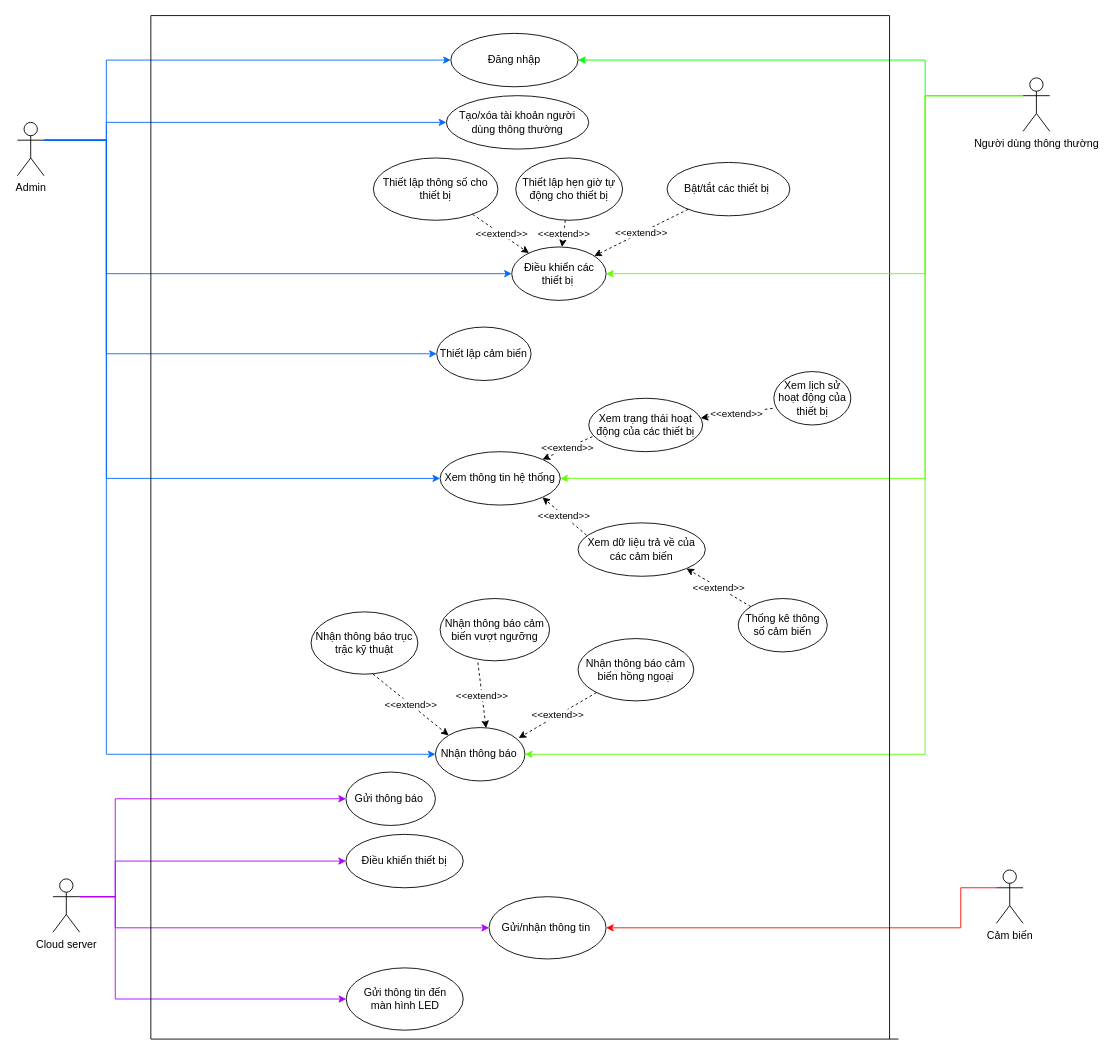
astr0tas/Smart-Home-CNPM keeps this draw.io diagram as Week 2/Use case diagram.drawio. Above is the earlier version. Source tidied: cells renumbered, new cells numbered last; positions are measured from the earlier drawing's top-left corner, leaving out a move shared by most shapes. Both pictures are drawn from the tidied source at 89%, with x=0, y=0 at pixel (17, 15).
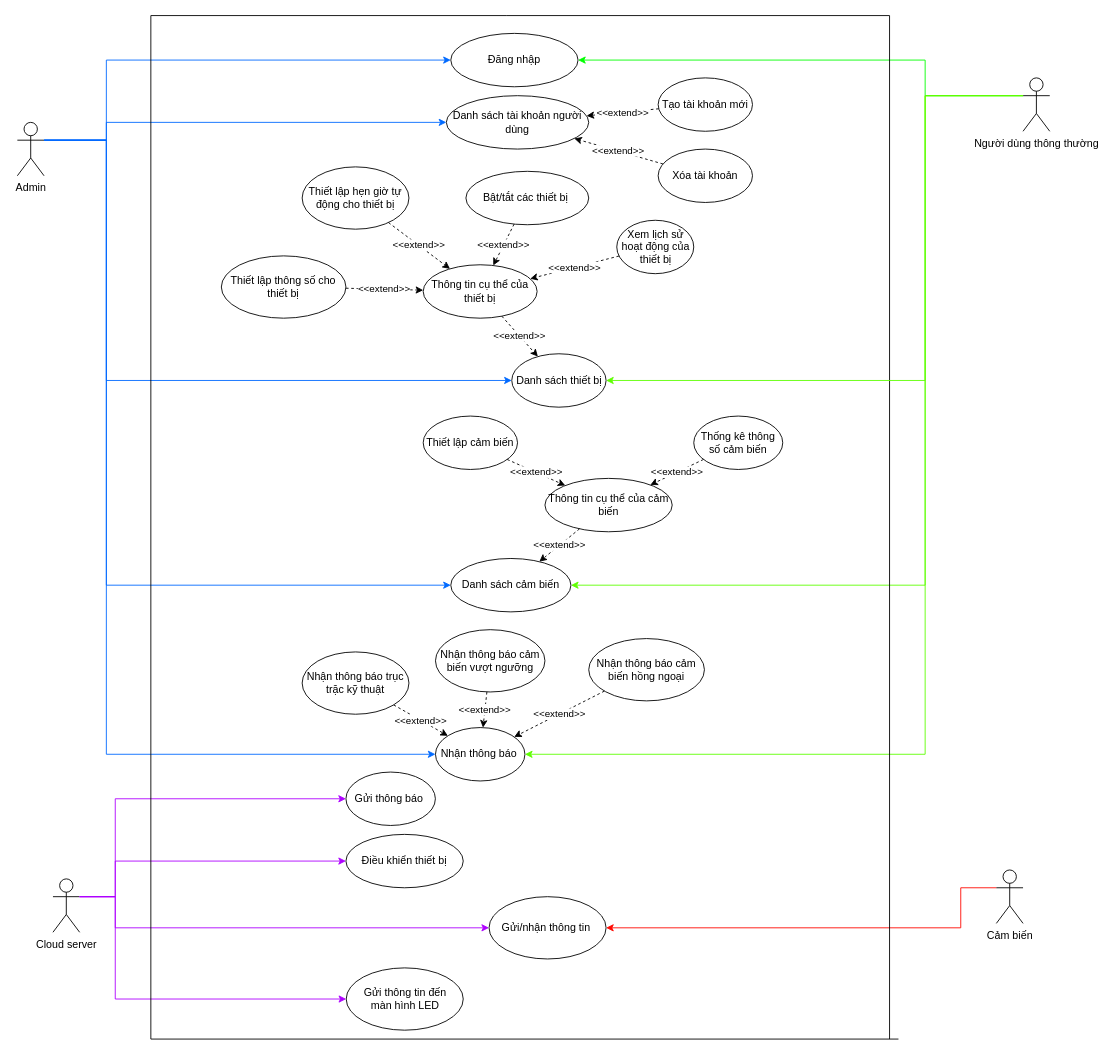
The same page after the edit.

Unchanged cells that the change refers to:
```xml
<mxCell id="2" value="Admin" style="shape=umlActor;verticalLabelPosition=bottom;verticalAlign=top;html=1;outlineConnect=0;" parent="1" vertex="1">
  <mxGeometry y="120" width="30" height="60" as="geometry" />
</mxCell>
<mxCell id="12" value="Người dùng thông thường" style="shape=umlActor;verticalLabelPosition=bottom;verticalAlign=top;html=1;outlineConnect=0;" parent="1" vertex="1">
  <mxGeometry x="1130" y="70" width="30" height="60" as="geometry" />
</mxCell>
<mxCell id="37" value="Nhận thông báo&amp;nbsp;" style="ellipse;whiteSpace=wrap;html=1;" parent="1" vertex="1">
  <mxGeometry x="469.8" y="800" width="100.5" height="60" as="geometry" />
</mxCell>
```

Diff of the diagram source:
```diff
@@
-    <mxCell id="4" value="Xem trạng thái hoạt động của các thiết bị" style="ellipse;whiteSpace=wrap;html=1;" parent="1" vertex="1">
-      <mxGeometry x="642" y="430" width="128" height="60" as="geometry" />
+    <mxCell id="4" value="Thông tin cụ thể của thiết bị" style="ellipse;whiteSpace=wrap;html=1;" parent="1" vertex="1">
+      <mxGeometry x="456" y="280" width="128" height="60" as="geometry" />
     </mxCell>
-    <mxCell id="5" value="Điều khiển các thiết bị&amp;nbsp;" style="ellipse;whiteSpace=wrap;html=1;" parent="1" vertex="1">
-      <mxGeometry x="555.5" y="260" width="106" height="60" as="geometry" />
+    <mxCell id="5" value="Danh sách thiết bị" style="ellipse;whiteSpace=wrap;html=1;" parent="1" vertex="1">
+      <mxGeometry x="555.5" y="380" width="106" height="60" as="geometry" />
     </mxCell>
     <mxCell id="6" value="Bật/tắt các thiết bị&amp;nbsp;" style="ellipse;whiteSpace=wrap;html=1;" parent="1" vertex="1">
-      <mxGeometry x="730" y="165" width="138" height="60" as="geometry" />
+      <mxGeometry x="504" y="175" width="138" height="60" as="geometry" />
     </mxCell>
     <mxCell id="7" value="Thiết lập hẹn giờ tự động cho thiết bị" style="ellipse;whiteSpace=wrap;html=1;" parent="1" vertex="1">
-      <mxGeometry x="560" y="160" width="120" height="70" as="geometry" />
+      <mxGeometry x="320" y="170" width="120" height="70" as="geometry" />
     </mxCell>
@@
     <mxCell id="9" style="endArrow=classic;html=1;rounded=0;exitX=1;exitY=0.3333333333333333;exitDx=0;exitDy=0;exitPerimeter=0;edgeStyle=orthogonalEdgeStyle;fillColor=#dae8fc;strokeColor=#006aff;entryX=0;entryY=0.5;entryDx=0;entryDy=0;" parent="1" edge="1" source="2" target="5">
       <mxGeometry relative="1" as="geometry">
         <Array as="points">
           <mxPoint x="100" y="140" />
-          <mxPoint x="100" y="290" />
+          <mxPoint x="100" y="410" />
         </Array>
       </mxGeometry>
     </mxCell>
@@
-    <mxCell id="14" value="&amp;lt;&amp;lt;extend&amp;gt;&amp;gt;" style="endArrow=classic;html=1;rounded=0;dashed=1;" parent="1" edge="1" source="6" target="5">
+    <mxCell id="14" value="&amp;lt;&amp;lt;extend&amp;gt;&amp;gt;" style="endArrow=classic;html=1;rounded=0;dashed=1;" parent="1" edge="1" source="6" target="4">
       <mxGeometry relative="1" as="geometry" />
     </mxCell>
-    <mxCell id="15" value="&amp;lt;&amp;lt;extend&amp;gt;&amp;gt;" style="endArrow=classic;html=1;rounded=0;dashed=1;" parent="1" edge="1" source="7" target="5">
+    <mxCell id="15" value="&amp;lt;&amp;lt;extend&amp;gt;&amp;gt;" style="endArrow=classic;html=1;rounded=0;dashed=1;" parent="1" edge="1" source="7" target="4">
       <mxGeometry relative="1" as="geometry" />
     </mxCell>
-    <mxCell id="16" value="Tạo/xóa tài khoản người dùng thông thường" style="ellipse;whiteSpace=wrap;html=1;" parent="1" vertex="1">
+    <mxCell id="16" value="Danh sách tài khoản người dùng" style="ellipse;whiteSpace=wrap;html=1;" parent="1" vertex="1">
       <mxGeometry x="482" y="90" width="160" height="60" as="geometry" />
     </mxCell>
@@
     <mxCell id="18" value="Thiết lập thông số cho thiết bị" style="ellipse;whiteSpace=wrap;html=1;" parent="1" vertex="1">
-      <mxGeometry x="400" y="160" width="140" height="70" as="geometry" />
+      <mxGeometry x="229.2" y="270" width="140" height="70" as="geometry" />
     </mxCell>
-    <mxCell id="19" value="&amp;lt;&amp;lt;extend&amp;gt;&amp;gt;" style="endArrow=classic;html=1;rounded=0;dashed=1;" parent="1" edge="1" source="18" target="5">
+    <mxCell id="19" value="&amp;lt;&amp;lt;extend&amp;gt;&amp;gt;" style="endArrow=classic;html=1;rounded=0;dashed=1;" parent="1" edge="1" source="18" target="4">
       <mxGeometry relative="1" as="geometry" />
     </mxCell>
-    <mxCell id="20" value="Xem dữ liệu trả về của các cảm biến" style="ellipse;whiteSpace=wrap;html=1;" parent="1" vertex="1">
-      <mxGeometry x="630" y="570" width="143" height="60" as="geometry" />
+    <mxCell id="20" value="Thông tin cụ thể của cảm biến" style="ellipse;whiteSpace=wrap;html=1;" parent="1" vertex="1">
+      <mxGeometry x="592.8" y="520" width="143" height="60" as="geometry" />
     </mxCell>
     <mxCell id="21" style="endArrow=classic;html=1;rounded=0;strokeColor=#006aff;exitX=1;exitY=0.3333333333333333;exitDx=0;exitDy=0;exitPerimeter=0;entryX=0;entryY=0.5;entryDx=0;entryDy=0;edgeStyle=orthogonalEdgeStyle;fillColor=#dae8fc;" parent="1" edge="1" source="2" target="33">
       <mxGeometry relative="1" as="geometry">
         <Array as="points">
           <mxPoint x="100" y="140" />
-          <mxPoint x="100" y="520" />
+          <mxPoint x="100" y="640" />
+          <mxPoint x="482" y="640" />
         </Array>
       </mxGeometry>
     </mxCell>
     <mxCell id="22" style="endArrow=classic;html=1;rounded=0;strokeColor=#5eff00;exitX=0;exitY=0.3333333333333333;exitDx=0;exitDy=0;exitPerimeter=0;entryX=1;entryY=0.5;entryDx=0;entryDy=0;fillColor=#d5e8d4;edgeStyle=orthogonalEdgeStyle;" parent="1" edge="1" source="12" target="33">
       <mxGeometry relative="1" as="geometry">
         <Array as="points">
           <mxPoint x="1020" y="90" />
-          <mxPoint x="1020" y="520" />
+          <mxPoint x="1020" y="640" />
         </Array>
       </mxGeometry>
     </mxCell>
     <mxCell id="23" value="Xem lịch sử hoạt động của thiết bị" style="ellipse;whiteSpace=wrap;html=1;" parent="1" vertex="1">
-      <mxGeometry x="850" y="400" width="86.5" height="60" as="geometry" />
+      <mxGeometry x="673.5" y="230" width="86.5" height="60" as="geometry" />
     </mxCell>
     <mxCell id="24" value="Thống kê thông số cảm biến" style="ellipse;whiteSpace=wrap;html=1;" parent="1" vertex="1">
-      <mxGeometry x="810" y="655" width="100" height="60" as="geometry" />
+      <mxGeometry x="760" y="450" width="100" height="60" as="geometry" />
     </mxCell>
     <mxCell id="25" value="Nhận thông báo trục trặc kỹ thuật" style="ellipse;whiteSpace=wrap;html=1;" parent="1" vertex="1">
-      <mxGeometry x="330" y="670" width="120" height="70" as="geometry" />
+      <mxGeometry x="320" y="715" width="120" height="70" as="geometry" />
     </mxCell>
     <mxCell id="26" value="Nhận thông báo cảm biến vượt ngưỡng" style="ellipse;whiteSpace=wrap;html=1;" parent="1" vertex="1">
-      <mxGeometry x="475" y="655" width="123" height="70" as="geometry" />
+      <mxGeometry x="469.8" y="690" width="123" height="70" as="geometry" />
     </mxCell>
     <mxCell id="27" value="Nhận thông báo cảm biến hồng ngoại" style="ellipse;whiteSpace=wrap;html=1;" parent="1" vertex="1">
-      <mxGeometry x="630" y="700" width="130" height="70" as="geometry" />
+      <mxGeometry x="642" y="700" width="130" height="70" as="geometry" />
     </mxCell>
@@
-    <mxCell id="30" value="&amp;lt;&amp;lt;extend&amp;gt;&amp;gt;" style="endArrow=classic;html=1;rounded=0;exitX=-0.015;exitY=0.689;exitDx=0;exitDy=0;dashed=1;exitPerimeter=0;" parent="1" edge="1" source="23" target="4">
+    <mxCell id="30" value="&amp;lt;&amp;lt;extend&amp;gt;&amp;gt;" style="endArrow=classic;html=1;rounded=0;dashed=1;" parent="1" edge="1" source="23" target="4">
       <mxGeometry relative="1" as="geometry" />
     </mxCell>
-    <mxCell id="31" value="&amp;lt;&amp;lt;extend&amp;gt;&amp;gt;" style="endArrow=classic;html=1;rounded=0;dashed=1;entryX=1;entryY=1;entryDx=0;entryDy=0;" parent="1" edge="1" source="24" target="20">
+    <mxCell id="31" value="&amp;lt;&amp;lt;extend&amp;gt;&amp;gt;" style="endArrow=classic;html=1;rounded=0;dashed=1;" parent="1" edge="1" source="24" target="20">
       <mxGeometry relative="1" as="geometry" />
     </mxCell>
@@
-    <mxCell id="33" value="Xem thông tin hệ thống" style="ellipse;whiteSpace=wrap;html=1;" parent="1" vertex="1">
-      <mxGeometry x="475" y="490" width="135" height="60" as="geometry" />
+    <mxCell id="33" value="Danh sách cảm biến" style="ellipse;whiteSpace=wrap;html=1;" parent="1" vertex="1">
+      <mxGeometry x="487" y="610" width="135" height="60" as="geometry" />
     </mxCell>
-    <mxCell id="34" value="&amp;lt;&amp;lt;extend&amp;gt;&amp;gt;" style="endArrow=classic;html=1;rounded=0;exitX=0.033;exitY=0.717;exitDx=0;exitDy=0;dashed=1;exitPerimeter=0;" parent="1" edge="1" source="4" target="33">
+    <mxCell id="34" value="&amp;lt;&amp;lt;extend&amp;gt;&amp;gt;" style="endArrow=classic;html=1;rounded=0;dashed=1;" parent="1" edge="1" source="4" target="5">
       <mxGeometry x="-0.01" relative="1" as="geometry" />
     </mxCell>
-    <mxCell id="35" value="&amp;lt;&amp;lt;extend&amp;gt;&amp;gt;" style="endArrow=classic;html=1;rounded=0;exitX=0.066;exitY=0.231;exitDx=0;exitDy=0;dashed=1;entryX=1;entryY=1;entryDx=0;entryDy=0;exitPerimeter=0;" parent="1" edge="1" source="20" target="33">
+    <mxCell id="35" value="&amp;lt;&amp;lt;extend&amp;gt;&amp;gt;" style="endArrow=classic;html=1;rounded=0;dashed=1;" parent="1" edge="1" source="20" target="33">
       <mxGeometry relative="1" as="geometry" />
     </mxCell>
@@
-    <mxCell id="38" value="&amp;lt;&amp;lt;extend&amp;gt;&amp;gt;" style="endArrow=classic;html=1;rounded=0;dashed=1;entryX=0;entryY=0;entryDx=0;entryDy=0;exitX=0.58;exitY=0.998;exitDx=0;exitDy=0;exitPerimeter=0;" parent="1" edge="1" source="25" target="37">
+    <mxCell id="38" value="&amp;lt;&amp;lt;extend&amp;gt;&amp;gt;" style="endArrow=classic;html=1;rounded=0;dashed=1;" parent="1" edge="1" source="25" target="37">
       <mxGeometry relative="1" as="geometry" />
     </mxCell>
-    <mxCell id="39" value="&amp;lt;&amp;lt;extend&amp;gt;&amp;gt;" style="endArrow=classic;html=1;rounded=0;dashed=1;entryX=0.566;entryY=0.011;entryDx=0;entryDy=0;exitX=0.345;exitY=1.027;exitDx=0;exitDy=0;exitPerimeter=0;entryPerimeter=0;" parent="1" edge="1" source="26" target="37">
+    <mxCell id="39" value="&amp;lt;&amp;lt;extend&amp;gt;&amp;gt;" style="endArrow=classic;html=1;rounded=0;dashed=1;" parent="1" edge="1" source="26" target="37">
       <mxGeometry relative="1" as="geometry" />
     </mxCell>
-    <mxCell id="40" value="&amp;lt;&amp;lt;extend&amp;gt;&amp;gt;" style="endArrow=classic;html=1;rounded=0;dashed=1;entryX=0.93;entryY=0.195;entryDx=0;entryDy=0;entryPerimeter=0;" parent="1" edge="1" source="27" target="37">
+    <mxCell id="40" value="&amp;lt;&amp;lt;extend&amp;gt;&amp;gt;" style="endArrow=classic;html=1;rounded=0;dashed=1;" parent="1" edge="1" source="27" target="37">
       <mxGeometry relative="1" as="geometry" />
     </mxCell>
@@
     <mxCell id="46" value="Thiết lập cảm biến" style="ellipse;whiteSpace=wrap;html=1;" parent="1" vertex="1">
-      <mxGeometry x="471.2" y="350" width="106" height="60" as="geometry" />
+      <mxGeometry x="456" y="450" width="106" height="60" as="geometry" />
     </mxCell>
-    <mxCell id="47" style="endArrow=classic;html=1;rounded=0;exitX=1;exitY=0.3333333333333333;exitDx=0;exitDy=0;exitPerimeter=0;entryX=0;entryY=0.5;entryDx=0;entryDy=0;fillColor=#dae8fc;strokeColor=#006aff;edgeStyle=orthogonalEdgeStyle;" parent="1" edge="1" source="2" target="46">
-      <mxGeometry relative="1" as="geometry">
-        <Array as="points">
-          <mxPoint x="100" y="140" />
-          <mxPoint x="100" y="380" />
-        </Array>
-      </mxGeometry>
-    </mxCell>
@@
     <mxCell id="51" style="endArrow=classic;html=1;rounded=0;exitX=0;exitY=0.3333333333333333;exitDx=0;exitDy=0;exitPerimeter=0;entryX=1;entryY=0.5;entryDx=0;entryDy=0;strokeColor=#5EFF00;edgeStyle=orthogonalEdgeStyle;" parent="1" edge="1" source="12" target="5">
       <mxGeometry relative="1" as="geometry">
         <Array as="points">
           <mxPoint x="1020" y="90" />
-          <mxPoint x="1020" y="290" />
+          <mxPoint x="1020" y="410" />
         </Array>
       </mxGeometry>
     </mxCell>
+    <mxCell id="52" value="Tạo tài khoản mới" style="ellipse;whiteSpace=wrap;html=1;" parent="1" vertex="1">
+      <mxGeometry x="720" y="70" width="106" height="60" as="geometry" />
+    </mxCell>
+    <mxCell id="53" value="Xóa tài khoản" style="ellipse;whiteSpace=wrap;html=1;" parent="1" vertex="1">
+      <mxGeometry x="720" y="150" width="106" height="60" as="geometry" />
+    </mxCell>
+    <mxCell id="54" value="&amp;lt;&amp;lt;extend&amp;gt;&amp;gt;" style="endArrow=classic;html=1;rounded=0;dashed=1;" parent="1" edge="1" source="52" target="16">
+      <mxGeometry relative="1" as="geometry" />
+    </mxCell>
+    <mxCell id="55" value="&amp;lt;&amp;lt;extend&amp;gt;&amp;gt;" style="endArrow=classic;html=1;rounded=0;dashed=1;" parent="1" edge="1" source="53" target="16">
+      <mxGeometry relative="1" as="geometry" />
+    </mxCell>
+    <mxCell id="56" value="&amp;lt;&amp;lt;extend&amp;gt;&amp;gt;" style="endArrow=classic;html=1;rounded=0;dashed=1;" parent="1" edge="1" source="46" target="20">
+      <mxGeometry relative="1" as="geometry" />
+    </mxCell>
```
